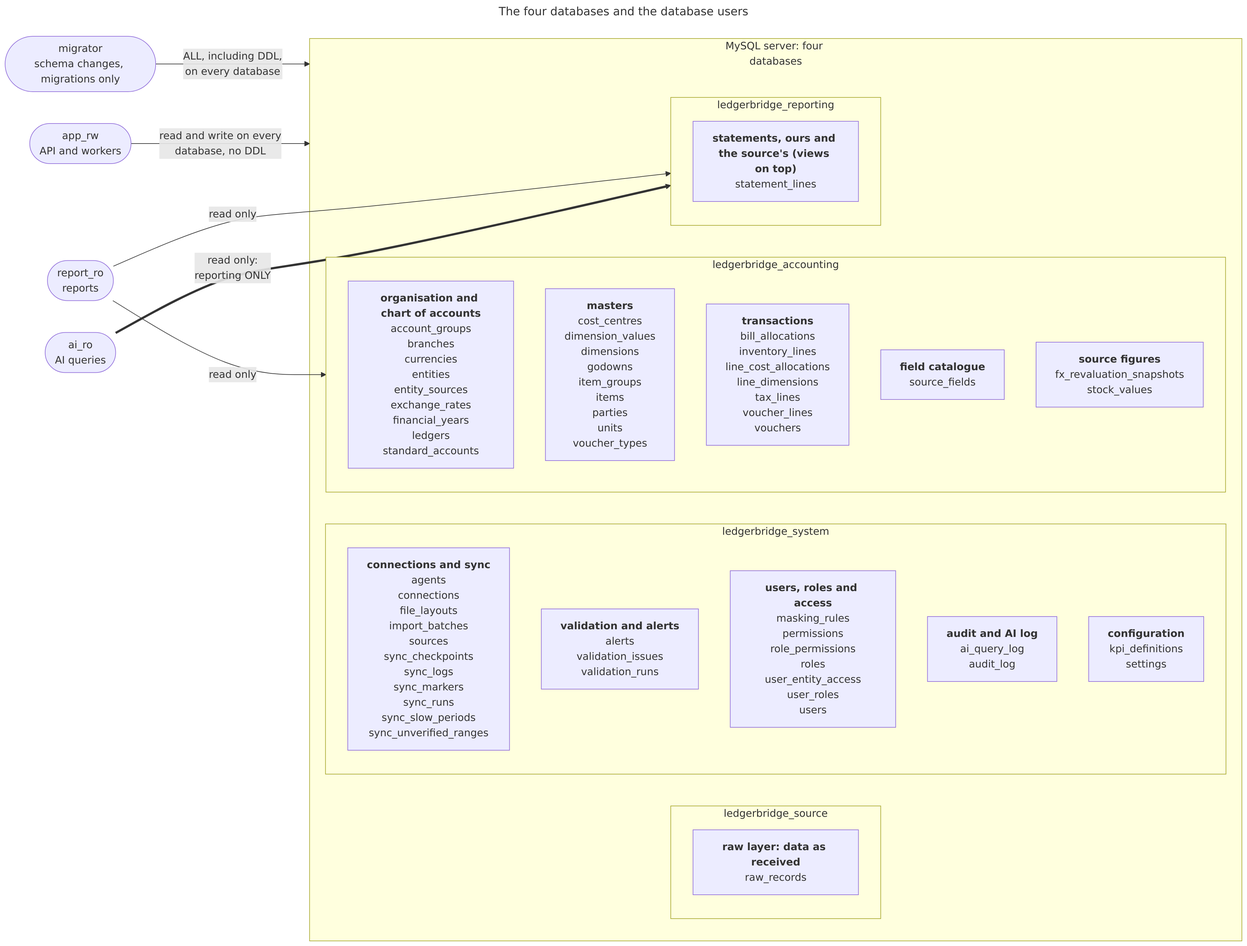
Earlier version of the Mermaid export docs/diagrams/schema-databases.png (empirical-logic-2026/ledgerbridge). Its source is kept beside it as docs/diagrams/schema-databases.mmd.
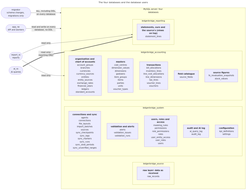
The same diagram one commit later.

The edit, as a diff of the source:
```diff
@@ -19,7 +19,7 @@
         ledgerbridge_system_5["<b>configuration</b><br/>kpi_definitions<br/>settings"]
     end
     subgraph ledgerbridge_accounting["ledgerbridge_accounting"]
-        ledgerbridge_accounting_1["<b>organisation and chart of accounts</b><br/>account_groups<br/>branches<br/>currencies<br/>entities<br/>entity_sources<br/>exchange_rates<br/>financial_years<br/>ledgers<br/>standard_accounts"]
+        ledgerbridge_accounting_1["<b>organisation and chart of accounts</b><br/>account_groups<br/>branches<br/>currencies<br/>currency_sources<br/>entities<br/>entity_sources<br/>exchange_rates<br/>financial_years<br/>ledgers<br/>standard_accounts"]
         ledgerbridge_accounting_2["<b>masters</b><br/>cost_centres<br/>dimension_values<br/>dimensions<br/>godowns<br/>item_groups<br/>items<br/>parties<br/>units<br/>voucher_types"]
         ledgerbridge_accounting_3["<b>transactions</b><br/>bill_allocations<br/>inventory_lines<br/>line_cost_allocations<br/>line_dimensions<br/>tax_lines<br/>voucher_lines<br/>vouchers"]
         ledgerbridge_accounting_4["<b>field catalogue</b><br/>source_fields"]
```
